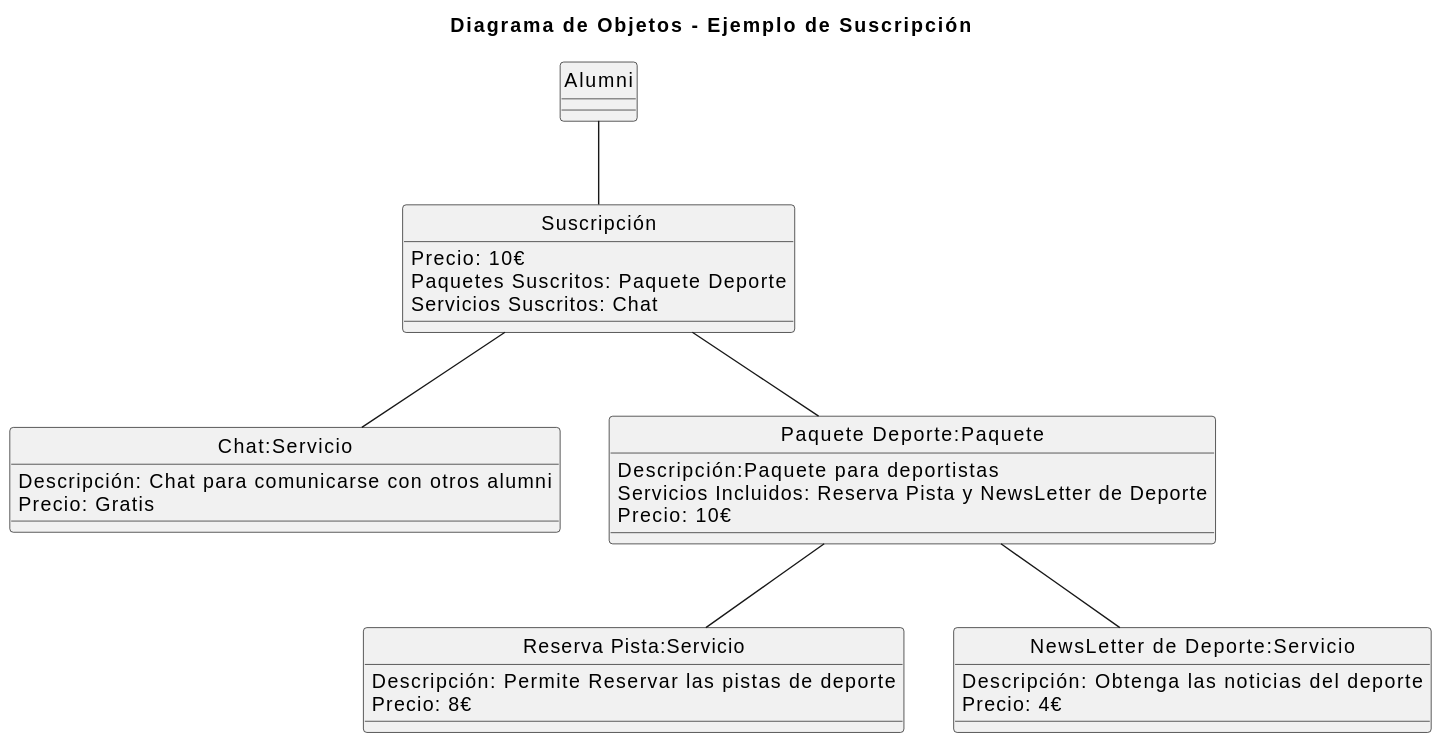
mmasias/23-24-IdSw1-SDR keeps this PlantUML diagram as Modelo_de_Dominio/Diagramas_de_Objetos/Suscripción_de_Servicios/Diagrama_de_Objetos_Suscripción.svg. Above is the earlier version.
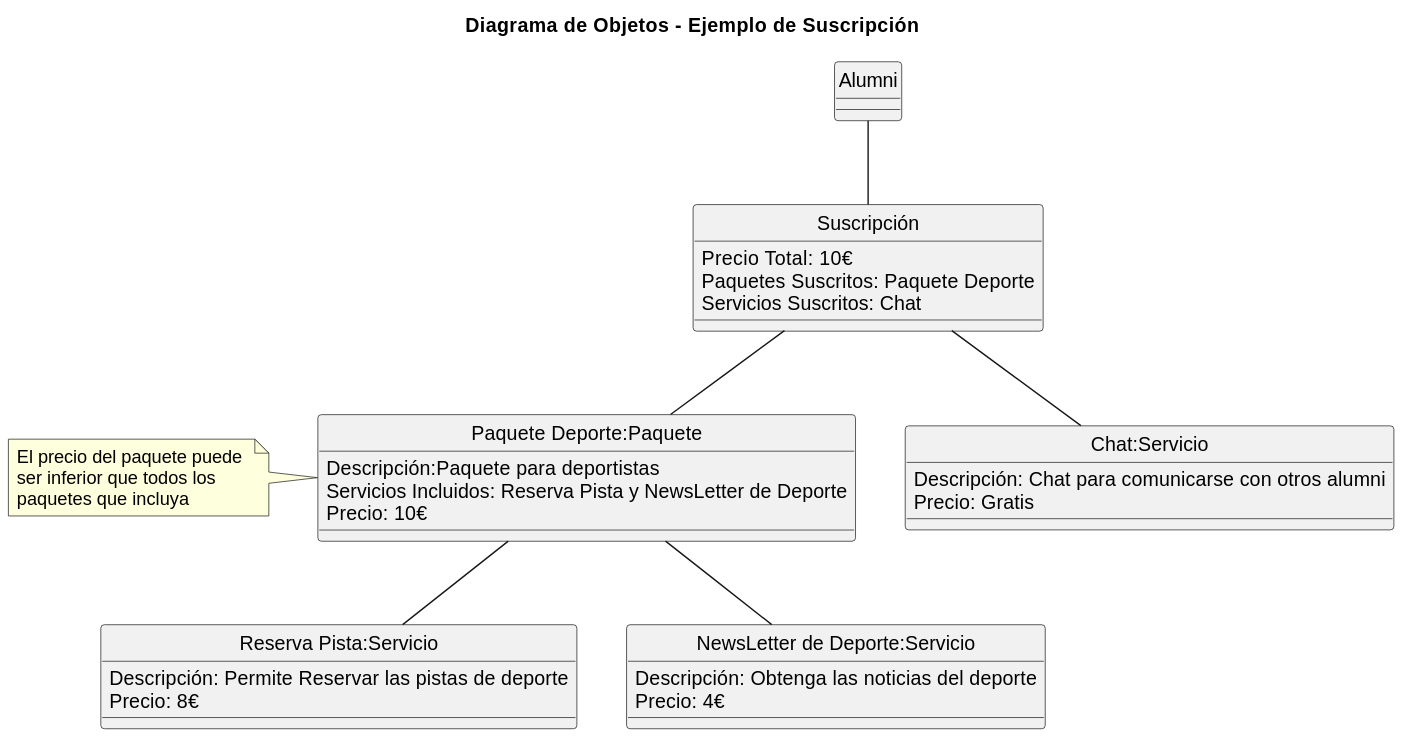
Above is the later version.

Diff of the diagram source:
```diff
@@ -1,4 +1,4 @@
-@startuml
+@startuml Diagrama_de_Objetos-Servicio_Externo
 title Diagrama de Objetos - Ejemplo de Suscripción
 
 skinparam backgroundColor white
@@ -7,7 +7,7 @@
 
 class Suscripción
 {
-Precio: 10€
+Precio Total: 10€
 Paquetes Suscritos: Paquete Deporte
 Servicios Suscritos: Chat
 }
@@ -38,7 +38,8 @@
 }
 
 Alumni -- "Suscripción"
-Suscripción--"Paquete Deporte:Paquete"
+Suscripción -- "Paquete Deporte:Paquete"
+note left: El precio del paquete puede \nser inferior que todos los \npaquetes que incluya
 
 "Paquete Deporte:Paquete"--"NewsLetter de Deporte:Servicio"
 "Paquete Deporte:Paquete"--"Reserva Pista:Servicio"
```
